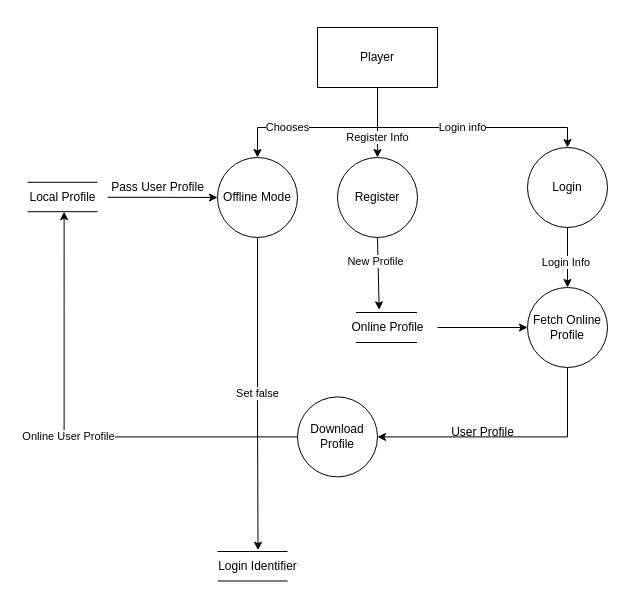
The draw.io diagram page "第 1 页" (1 of 2) of DFD_Login.drawio in Dinomancer/CSCI3100-Project-Pacman, before the edit. Source tidied: cells renumbered, new cells numbered last; positions are measured from the earlier drawing's top-left corner, leaving out a move shared by most shapes. Both pictures are drawn from the tidied source at 100%, with x=0, y=0 at pixel (17, 27).
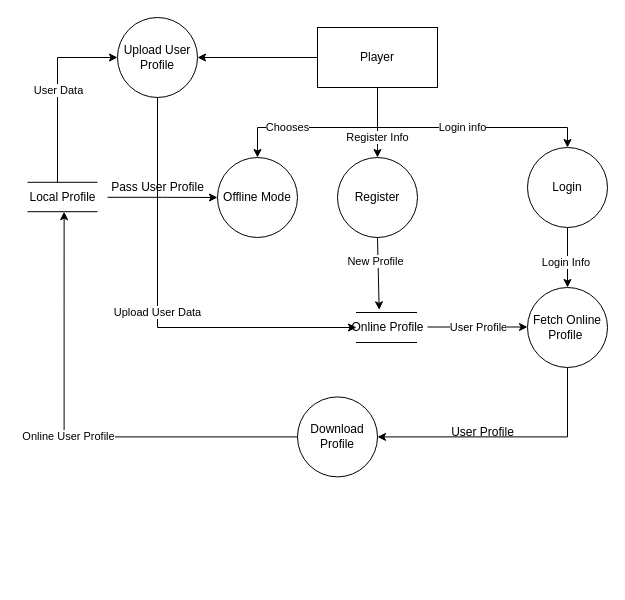
The same page after the edit.

The change refers to these unchanged cells:
```xml
<mxCell id="5" value="Player" style="rounded=0;whiteSpace=wrap;html=1;" parent="1" vertex="1">
  <mxGeometry x="300" width="120" height="60" as="geometry" />
</mxCell>
<mxCell id="10" value="Offline Mode" style="ellipse;whiteSpace=wrap;html=1;" parent="1" vertex="1">
  <mxGeometry x="200" y="130" width="80" height="80" as="geometry" />
</mxCell>
<mxCell id="17" value="Online Profile" style="text;html=1;align=center;verticalAlign=middle;points=[];strokeColor=none;fillColor=none;" parent="1" vertex="1">
  <mxGeometry x="320" y="285" width="100" height="30" as="geometry" />
</mxCell>
<mxCell id="26" style="shape=partialRectangle;whiteSpace=wrap;html=1;top=0;bottom=0;fillColor=none;rotation=90;" parent="1" vertex="1">
  <mxGeometry x="354" y="270" width="30" height="60" as="geometry" />
</mxCell>
```

The edit, as a diff of the source:
```diff
@@
+    <mxCell id="29" style="edgeStyle=orthogonalEdgeStyle;rounded=0;jettySize=auto;html=1;exitX=0;exitY=0.5;exitDx=0;exitDy=0;entryX=1;entryY=0.5;entryDx=0;entryDy=0;" parent="1" edge="1" source="5" target="33">
+      <mxGeometry relative="1" as="geometry" />
+    </mxCell>
@@
-    <mxCell id="9" value="Set false" style="edgeStyle=orthogonalEdgeStyle;rounded=0;jettySize=auto;html=1;exitX=0.5;exitY=1;exitDx=0;exitDy=0;entryX=0.505;entryY=-0.045;entryDx=0;entryDy=0;entryPerimeter=0;" parent="1" edge="1" source="10" target="20">
-      <mxGeometry relative="1" as="geometry">
-        <Array as="points">
-          <mxPoint x="240" y="380" />
-        </Array>
-      </mxGeometry>
-    </mxCell>
@@
-    <mxCell id="18" style="endArrow=none;html=1;rounded=0;" parent="1" edge="1">
-      <mxGeometry relative="1" as="geometry">
-        <mxPoint x="200" y="524" as="sourcePoint" />
-        <mxPoint x="270" y="524" as="targetPoint" />
-      </mxGeometry>
-    </mxCell>
-    <mxCell id="19" style="endArrow=none;html=1;rounded=0;" parent="1" edge="1">
-      <mxGeometry relative="1" as="geometry">
-        <mxPoint x="200" y="553.5" as="sourcePoint" />
-        <mxPoint x="270" y="553.5" as="targetPoint" />
-      </mxGeometry>
-    </mxCell>
-    <mxCell id="20" value="Login Identifier" style="text;html=1;align=center;verticalAlign=middle;points=[];strokeColor=none;fillColor=none;" parent="1" vertex="1">
-      <mxGeometry x="190" y="524" width="100" height="30" as="geometry" />
-    </mxCell>
@@
-    <mxCell id="24" value="Fetch Online Profile" style="ellipse;whiteSpace=wrap;html=1;" parent="1" vertex="1">
+    <mxCell id="24" value="Fetch Online Profile&amp;nbsp;" style="ellipse;whiteSpace=wrap;html=1;" parent="1" vertex="1">
       <mxGeometry x="510" y="260" width="80" height="80" as="geometry" />
     </mxCell>
-    <mxCell id="25" style="endArrow=classic;html=1;rounded=0;" parent="1" edge="1" source="17">
-      <mxGeometry relative="1" as="geometry">
-        <mxPoint x="510" y="300" as="targetPoint" />
-      </mxGeometry>
-    </mxCell>
@@
+    <mxCell id="30" style="endArrow=classic;html=1;rounded=0;" parent="1" edge="1">
+      <mxGeometry relative="1" as="geometry">
+        <mxPoint x="410" y="299.5" as="sourcePoint" />
+        <mxPoint x="510" y="299.5" as="targetPoint" />
+      </mxGeometry>
+    </mxCell>
+    <mxCell id="31" value="User Profile" style="edgeLabel;html=1;align=center;verticalAlign=middle;" parent="30" vertex="1">
+      <mxGeometry relative="1" as="geometry" />
+    </mxCell>
+    <mxCell id="32" value="Upload User Data" style="edgeStyle=orthogonalEdgeStyle;rounded=0;jettySize=auto;html=1;exitX=0.5;exitY=1;exitDx=0;exitDy=0;entryX=0.5;entryY=1;entryDx=0;entryDy=0;" parent="1" edge="1" source="33" target="26">
+      <mxGeometry relative="1" as="geometry" />
+    </mxCell>
+    <mxCell id="33" value="Upload User Profile" style="ellipse;whiteSpace=wrap;html=1;rounded=0;" parent="1" vertex="1">
+      <mxGeometry x="100" y="-10" width="80" height="80" as="geometry" />
+    </mxCell>
+    <mxCell id="34" style="endArrow=classic;html=1;rounded=0;entryX=0;entryY=0.5;entryDx=0;entryDy=0;" parent="1" edge="1" target="33">
+      <mxGeometry relative="1" as="geometry">
+        <mxPoint x="40" y="154.8" as="sourcePoint" />
+        <Array as="points">
+          <mxPoint x="40" y="30" />
+        </Array>
+      </mxGeometry>
+    </mxCell>
+    <mxCell id="35" value="User Data" style="edgeLabel;html=1;align=center;verticalAlign=middle;" parent="34" vertex="1">
+      <mxGeometry relative="1" as="geometry" />
+    </mxCell>
```
